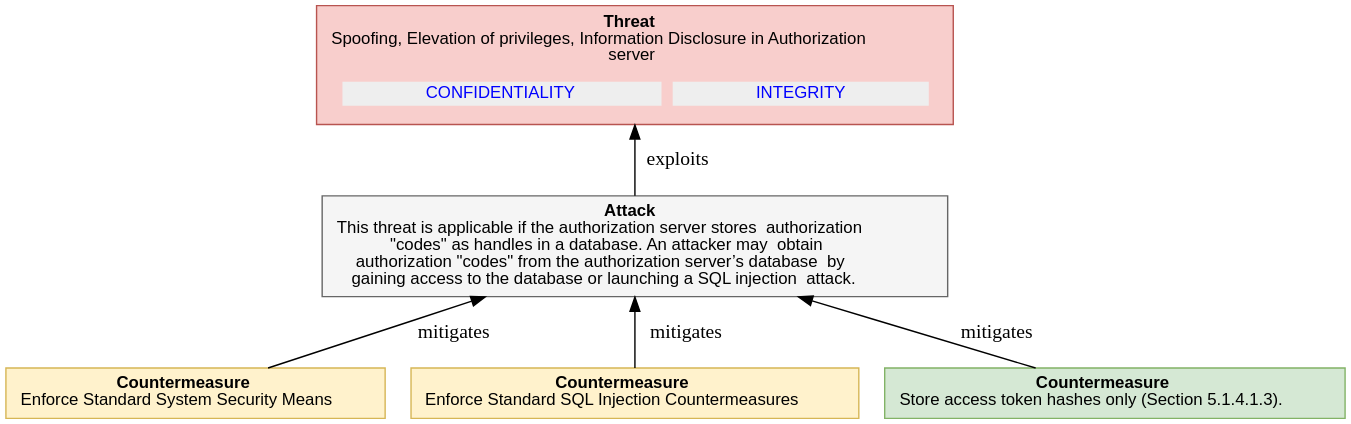
Before: report-examples/OAuth2/img/threatTree/4_4_1_2_AUTH_CODE_DISCLOSURE_DB.svg, a diagram exported from PlantUML (DavidCervigni/threat-models). Its source is kept beside it as report-examples/OAuth2/img/threatTree/4_4_1_2_AUTH_CODE_DISCLOSURE_DB.puml. Source of this version:
```plantuml
@startuml
digraph G {
rankdir="BT";
  node [shape=plaintext, fontname="Arial" fontsize="12"];
    "4_4_1_2_AUTH_CODE_DISCLOSURE_DB" [ fillcolor="#F8CECC", style=filled, shape=polygon, color="#B85450"
    label=
    <<table border="0" cellborder="0" cellspacing="0">
     <tr><td align="center"><b>Threat</b><br/>

Spoofing, Elevation of privileges, Information Disclosure in Authorization<br/>server
</td></tr>
     <tr><td><table border="0" cellborder="0" cellspacing="8"><tr>
                ret += secObj.linkedImpactMDText()
     <td align="center" href="#OAuth2.CONFIDENTIALITY" bgcolor="#EEEEEE"><font color="blue">CONFIDENTIALITY</font></td>
                ret += secObj.linkedImpactMDText()
     <td align="center" href="#OAuth2.INTEGRITY" bgcolor="#EEEEEE"><font color="blue">INTEGRITY</font></td>
     </tr></table></td></tr>
   </table>>
   ];

"4_4_1_2_AUTH_CODE_DISCLOSURE_DB_attack" [ fillcolor="#f5f5f5", style=filled, shape=polygon, color="#666666", label =
    <<table border="0" cellborder="0" cellspacing="0">
     <tr><td align="center"><b>Attack</b><br/>

This threat is applicable if the authorization server stores  authorization<br/>&quot;codes&quot; as handles in a database. An attacker may  obtain<br/>authorization &quot;codes&quot; from the authorization server’s database  by<br/>gaining access to the database or launching a SQL injection  attack.
</td></tr>
   </table>>
    ]

"4_4_1_2_AUTH_CODE_DISCLOSURE_DB_attack" -> "4_4_1_2_AUTH_CODE_DISCLOSURE_DB"  [label = " exploits"]

    "4_4_1_2_AUTH_CODE_DISCLOSURE_DB_countermeasure0" [
       fillcolor="#FFF2CC", style=filled, shape=polygon, color="#D6B656", label =
    <<table border="0" cellborder="0" cellspacing="0">
     <tr><td align="left"><b>Countermeasure</b><br/>

Enforce Standard System Security Means
</td></tr>
   </table>>
   ]

     "4_4_1_2_AUTH_CODE_DISCLOSURE_DB_countermeasure0" -> "4_4_1_2_AUTH_CODE_DISCLOSURE_DB_attack" [label = " mitigates"]

    "4_4_1_2_AUTH_CODE_DISCLOSURE_DB_countermeasure1" [
       fillcolor="#FFF2CC", style=filled, shape=polygon, color="#D6B656", label =
    <<table border="0" cellborder="0" cellspacing="0">
     <tr><td align="left"><b>Countermeasure</b><br/>

Enforce Standard SQL Injection Countermeasures
</td></tr>
   </table>>
   ]

     "4_4_1_2_AUTH_CODE_DISCLOSURE_DB_countermeasure1" -> "4_4_1_2_AUTH_CODE_DISCLOSURE_DB_attack" [label = " mitigates"]

    "4_4_1_2_AUTH_CODE_DISCLOSURE_DB_countermeasure2" [
       fillcolor="#D5E8D4", style=filled, shape=polygon, color="#82B366", label =
    <<table border="0" cellborder="0" cellspacing="0">
     <tr><td align="left"><b>Countermeasure</b><br/>

Store access token hashes only (Section 5.1.4.1.3).
</td></tr>
   </table>>
   ]

     "4_4_1_2_AUTH_CODE_DISCLOSURE_DB_countermeasure2" -> "4_4_1_2_AUTH_CODE_DISCLOSURE_DB_attack" [label = " mitigates"]

}
@enduml
```
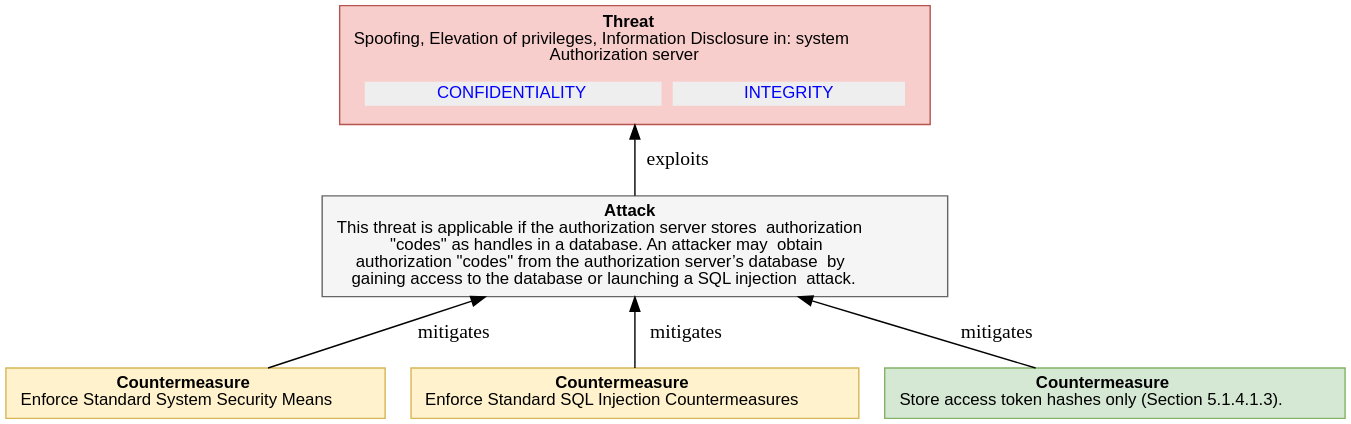
Later version of the same file.

What changed in the source:
```diff
@@ -7,7 +7,7 @@
     <<table border="0" cellborder="0" cellspacing="0">
      <tr><td align="center"><b>Threat</b><br/>
 
-Spoofing, Elevation of privileges, Information Disclosure in Authorization<br/>server
+Spoofing, Elevation of privileges, Information Disclosure in: system<br/>Authorization server
 </td></tr>
      <tr><td><table border="0" cellborder="0" cellspacing="8"><tr>
                 ret += secObj.linkedImpactMDText()
```
